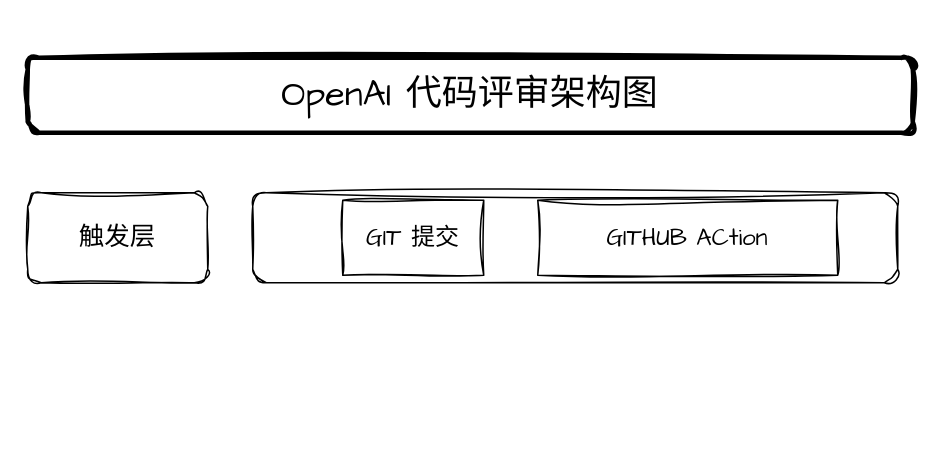
yangbuyiya/yangbuyi-blog-images keeps this draw.io diagram as 代码自动评审.drawio. Above is the earlier version. Source tidied: cells renumbered, new cells numbered last; positions are measured from the earlier drawing's top-left corner, leaving out a move shared by most shapes. Both pictures are drawn from the tidied source at 150%, with x=0, y=0 at pixel (27, 57).
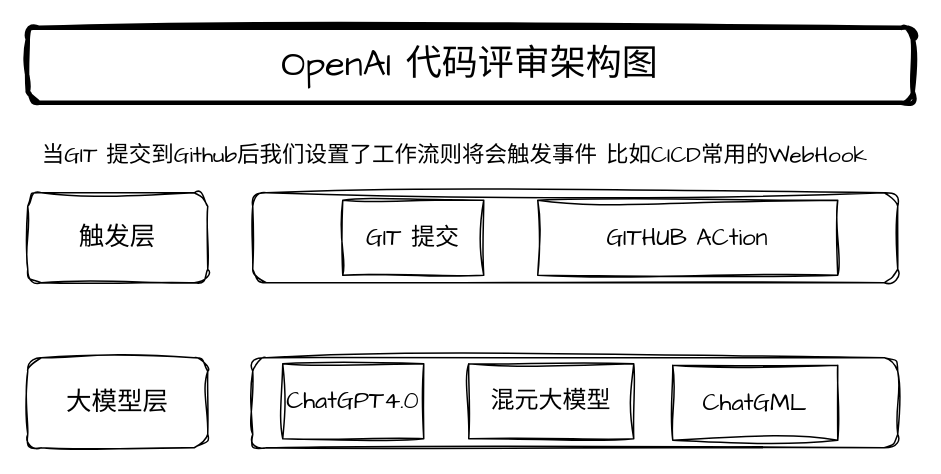
Above is the later version.

Commit message:
更新代码自动评审.drawio

The edit, as a diff of the source:
```diff
@@
 <mxGraphModel>
   <root>
     <mxCell id="0" />
     <mxCell id="1" parent="0" />
     <mxCell id="2" value="&lt;font style=&quot;font-size: 24px;&quot;&gt;OpenAI 代码评审架构图&lt;/font&gt;" style="rounded=1;whiteSpace=wrap;html=1;sketch=1;hachureGap=4;jiggle=2;curveFitting=1;fontFamily=Architects Daughter;strokeWidth=3;" parent="1" vertex="1">
-      <mxGeometry width="590" height="50" as="geometry" />
+      <mxGeometry y="-20" width="590" height="50" as="geometry" />
     </mxCell>
     <mxCell id="3" value="触发层" style="rounded=1;whiteSpace=wrap;html=1;sketch=1;hachureGap=4;jiggle=2;curveFitting=1;fontFamily=Architects Daughter;perimeterSpacing=5;fontSize=17;" parent="1" vertex="1">
       <mxGeometry y="90" width="120" height="60" as="geometry" />
     </mxCell>
     <mxCell id="4" style="rounded=1;whiteSpace=wrap;html=1;sketch=1;hachureGap=4;jiggle=2;curveFitting=1;fontFamily=Architects Daughter;perimeterSpacing=5;fontSize=17;" parent="1" vertex="1">
       <mxGeometry x="150" y="90" width="430" height="60" as="geometry" />
     </mxCell>
     <mxCell id="5" value="GIT 提交" style="rounded=0;whiteSpace=wrap;html=1;sketch=1;hachureGap=4;jiggle=2;curveFitting=1;fontFamily=Architects Daughter;fontSize=16;" parent="1" vertex="1">
       <mxGeometry x="210" y="95" width="94" height="50" as="geometry" />
     </mxCell>
     <mxCell id="6" value="GITHUB ACtion" style="rounded=0;whiteSpace=wrap;html=1;sketch=1;hachureGap=4;jiggle=2;curveFitting=1;fontFamily=Architects Daughter;fontSize=16;" parent="1" vertex="1">
       <mxGeometry x="340" y="95" width="200" height="50" as="geometry" />
     </mxCell>
+    <mxCell id="7" value="大模型层" style="rounded=1;whiteSpace=wrap;html=1;sketch=1;hachureGap=4;jiggle=2;curveFitting=1;fontFamily=Architects Daughter;perimeterSpacing=5;fontSize=17;" parent="1" vertex="1">
+      <mxGeometry y="200" width="120" height="60" as="geometry" />
+    </mxCell>
+    <mxCell id="8" value="当GIT 提交到Github后我们设置了工作流则将会触发事件 比如CICD常用的WebHook" style="text;html=1;align=center;verticalAlign=middle;whiteSpace=wrap;rounded=0;fontFamily=Architects Daughter;fontSize=15;" parent="1" vertex="1">
+      <mxGeometry y="50" width="570" height="30" as="geometry" />
+    </mxCell>
+    <mxCell id="9" style="rounded=1;whiteSpace=wrap;html=1;sketch=1;hachureGap=4;jiggle=2;curveFitting=1;fontFamily=Architects Daughter;perimeterSpacing=5;fontSize=17;" parent="1" vertex="1">
+      <mxGeometry x="150" y="200" width="430" height="60" as="geometry" />
+    </mxCell>
+    <mxCell id="10" value="ChatGPT4.0" style="rounded=0;whiteSpace=wrap;html=1;sketch=1;hachureGap=4;jiggle=2;curveFitting=1;fontFamily=Architects Daughter;fontSize=16;" parent="1" vertex="1">
+      <mxGeometry x="170" y="204" width="94" height="50" as="geometry" />
+    </mxCell>
+    <mxCell id="11" value="混元大模型" style="rounded=0;whiteSpace=wrap;html=1;sketch=1;hachureGap=4;jiggle=2;curveFitting=1;fontFamily=Architects Daughter;fontSize=16;" parent="1" vertex="1">
+      <mxGeometry x="294" y="204" width="110" height="50" as="geometry" />
+    </mxCell>
+    <mxCell id="12" value="ChatGML" style="rounded=0;whiteSpace=wrap;html=1;sketch=1;hachureGap=4;jiggle=2;curveFitting=1;fontFamily=Architects Daughter;fontSize=16;" parent="1" vertex="1">
+      <mxGeometry x="430" y="205" width="110" height="50" as="geometry" />
+    </mxCell>
   </root>
 </mxGraphModel>
```
